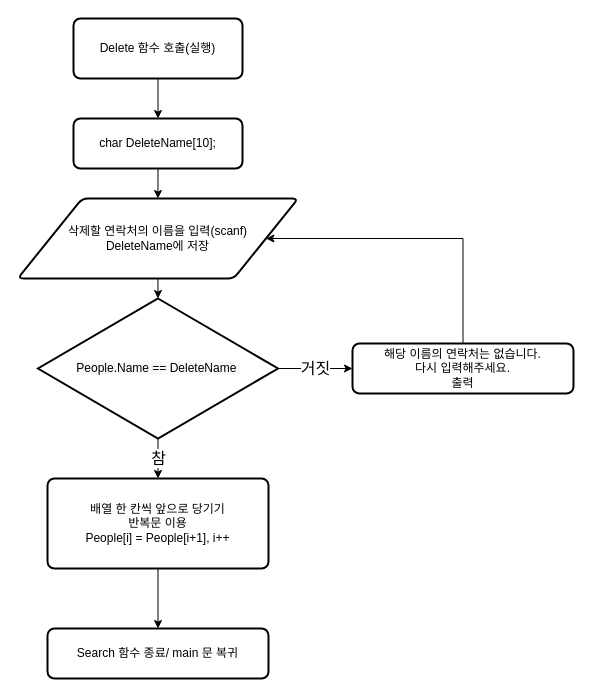
Earlier version of the draw.io diagram Delete 기능.drawio (skatld123/NSH). Source tidied: cells renumbered, new cells numbered last; positions are measured from the earlier drawing's top-left corner, leaving out a move shared by most shapes. Both pictures are drawn from the tidied source at 100%, with x=0, y=0 at pixel (17, 18).
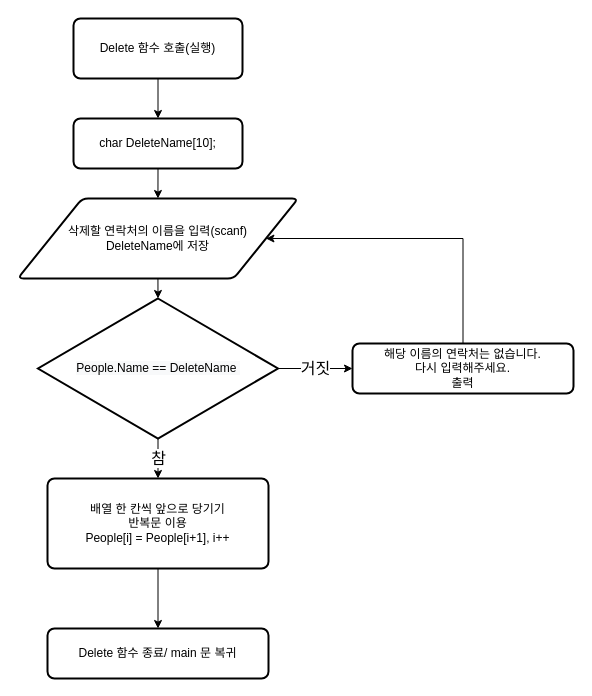
The same diagram, later.

Commit message (it also covers changes not shown here):
Delete 기능.drawio 업데이트

What changed in the source:
```diff
@@
 <mxGraphModel>
   <root>
     <mxCell id="0" />
     <mxCell id="1" parent="0" />
     <mxCell id="2" style="edgeStyle=orthogonalEdgeStyle;rounded=0;jettySize=auto;html=1;exitX=0.5;exitY=1;exitDx=0;exitDy=0;entryX=0.5;entryY=0;entryDx=0;entryDy=0;" parent="1" edge="1" source="3" target="5">
       <mxGeometry relative="1" as="geometry" />
     </mxCell>
     <mxCell id="3" value="Delete 함수 호출(실행)" style="rounded=1;whiteSpace=wrap;html=1;absoluteArcSize=1;arcSize=14;strokeWidth=2;" parent="1" vertex="1">
       <mxGeometry x="56" width="169" height="60" as="geometry" />
     </mxCell>
     <mxCell id="4" style="edgeStyle=orthogonalEdgeStyle;rounded=0;jettySize=auto;html=1;exitX=0.5;exitY=1;exitDx=0;exitDy=0;entryX=0.5;entryY=0;entryDx=0;entryDy=0;" parent="1" edge="1" source="5" target="7">
       <mxGeometry relative="1" as="geometry" />
     </mxCell>
     <mxCell id="5" value="char DeleteName[10];" style="rounded=1;whiteSpace=wrap;html=1;absoluteArcSize=1;arcSize=14;strokeWidth=2;" parent="1" vertex="1">
       <mxGeometry x="56" y="100" width="169" height="50" as="geometry" />
     </mxCell>
     <mxCell id="6" style="edgeStyle=orthogonalEdgeStyle;rounded=0;jettySize=auto;html=1;exitX=0.5;exitY=1;exitDx=0;exitDy=0;entryX=0.5;entryY=0;entryDx=0;entryDy=0;entryPerimeter=0;" parent="1" edge="1" source="7" target="14">
       <mxGeometry relative="1" as="geometry" />
     </mxCell>
     <mxCell id="7" value="삭제할 연락처의 이름을 입력(scanf)&lt;br&gt;DeleteName에 저장" style="shape=parallelogram;html=1;strokeWidth=2;perimeter=parallelogramPerimeter;whiteSpace=wrap;rounded=1;arcSize=12;size=0.23;" parent="1" vertex="1">
       <mxGeometry x="0.2" y="180" width="280.5" height="80" as="geometry" />
     </mxCell>
     <mxCell id="8" style="edgeStyle=orthogonalEdgeStyle;rounded=0;jettySize=auto;html=1;exitX=0.5;exitY=1;exitDx=0;exitDy=0;entryX=0.5;entryY=0;entryDx=0;entryDy=0;" parent="1" edge="1" source="9" target="15">
       <mxGeometry relative="1" as="geometry" />
     </mxCell>
     <mxCell id="9" value="배열 한 칸씩 앞으로 당기기&lt;br&gt;반복문 이용&lt;br&gt;People[i] = People[i+1], i++" style="rounded=1;whiteSpace=wrap;html=1;absoluteArcSize=1;arcSize=14;strokeWidth=2;" parent="1" vertex="1">
       <mxGeometry x="30" y="460" width="221" height="90" as="geometry" />
     </mxCell>
     <mxCell id="10" style="edgeStyle=orthogonalEdgeStyle;rounded=0;jettySize=auto;html=1;entryX=1;entryY=0.5;entryDx=0;entryDy=0;fontSize=16;" parent="1" edge="1" source="11" target="7">
       <mxGeometry relative="1" as="geometry">
         <Array as="points">
           <mxPoint x="446" y="220" />
         </Array>
       </mxGeometry>
     </mxCell>
     <mxCell id="11" value="해당 이름의 연락처는 없습니다.&lt;br&gt;다시 입력해주세요.&lt;br&gt;출력" style="rounded=1;whiteSpace=wrap;html=1;absoluteArcSize=1;arcSize=14;strokeWidth=2;" parent="1" vertex="1">
       <mxGeometry x="335" y="325" width="221" height="50" as="geometry" />
     </mxCell>
     <mxCell id="12" value="참" style="edgeStyle=orthogonalEdgeStyle;rounded=0;jettySize=auto;html=1;exitX=0.5;exitY=1;exitDx=0;exitDy=0;exitPerimeter=0;entryX=0.5;entryY=0;entryDx=0;entryDy=0;fontSize=16;" parent="1" edge="1" source="14" target="9">
       <mxGeometry relative="1" as="geometry" />
     </mxCell>
     <mxCell id="13" value="거짓" style="edgeStyle=orthogonalEdgeStyle;rounded=0;jettySize=auto;html=1;exitX=1;exitY=0.5;exitDx=0;exitDy=0;exitPerimeter=0;fontSize=16;" parent="1" edge="1" source="14" target="11">
       <mxGeometry relative="1" as="geometry" />
     </mxCell>
     <mxCell id="14" value="&lt;span style=&quot;color: rgb(0 , 0 , 0) ; font-family: &amp;#34;helvetica&amp;#34; ; font-size: 12px ; font-style: normal ; font-weight: 400 ; letter-spacing: normal ; text-align: center ; text-indent: 0px ; text-transform: none ; word-spacing: 0px ; background-color: rgb(248 , 249 , 250) ; display: inline ; float: none&quot;&gt;People.Name == DeleteName&amp;nbsp;&lt;/span&gt;" style="strokeWidth=2;html=1;shape=mxgraph.flowchart.decision;whiteSpace=wrap;" parent="1" vertex="1">
       <mxGeometry x="20.5" y="280" width="240" height="140" as="geometry" />
     </mxCell>
-    <mxCell id="15" value="Search 함수 종료/ main 문 복귀" style="rounded=1;whiteSpace=wrap;html=1;absoluteArcSize=1;arcSize=14;strokeWidth=2;" parent="1" vertex="1">
+    <mxCell id="15" value="Delete 함수 종료/ main 문 복귀" style="rounded=1;whiteSpace=wrap;html=1;absoluteArcSize=1;arcSize=14;strokeWidth=2;" parent="1" vertex="1">
       <mxGeometry x="30" y="610" width="221" height="50" as="geometry" />
     </mxCell>
   </root>
 </mxGraphModel>
```
